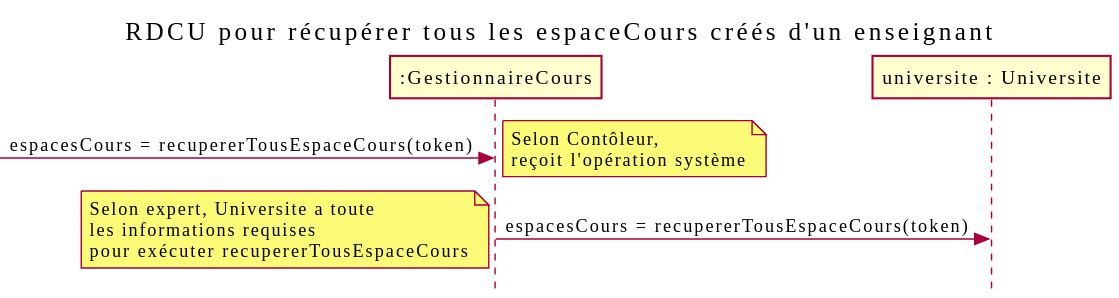
nerdz88/SGA-TS keeps this PlantUML diagram as out/docs/Récupérer cours/RDCU_Recuperer_Cours/récupérer tous les cours créés.svg. Above is the earlier version.
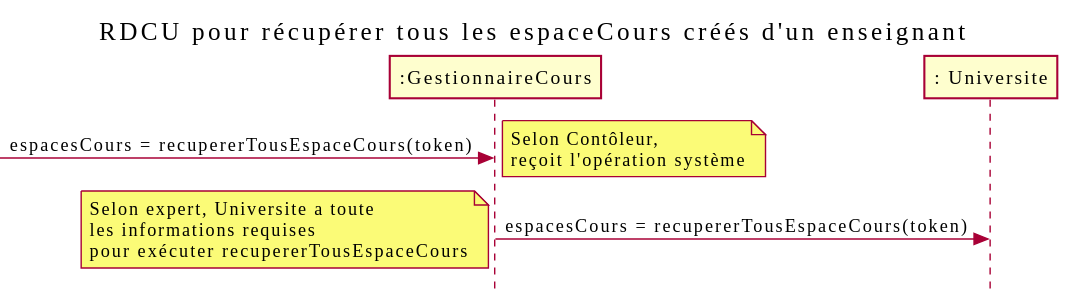
The same diagram one commit later.

The edit, as a diff of the source:
```diff
@@ -3,7 +3,7 @@
 skinparam defaultfontname Verdana
 title RDCU pour récupérer tous les espaceCours créés d'un enseignant
 participant ":GestionnaireCours" as controleur
-participant "universite : Universite" as mapCours
+participant ": Universite" as mapCours
 
 ->controleur : espacesCours = recupererTousEspaceCours(token)
 note right : Selon Contôleur,\nreçoit l'opération système
```
